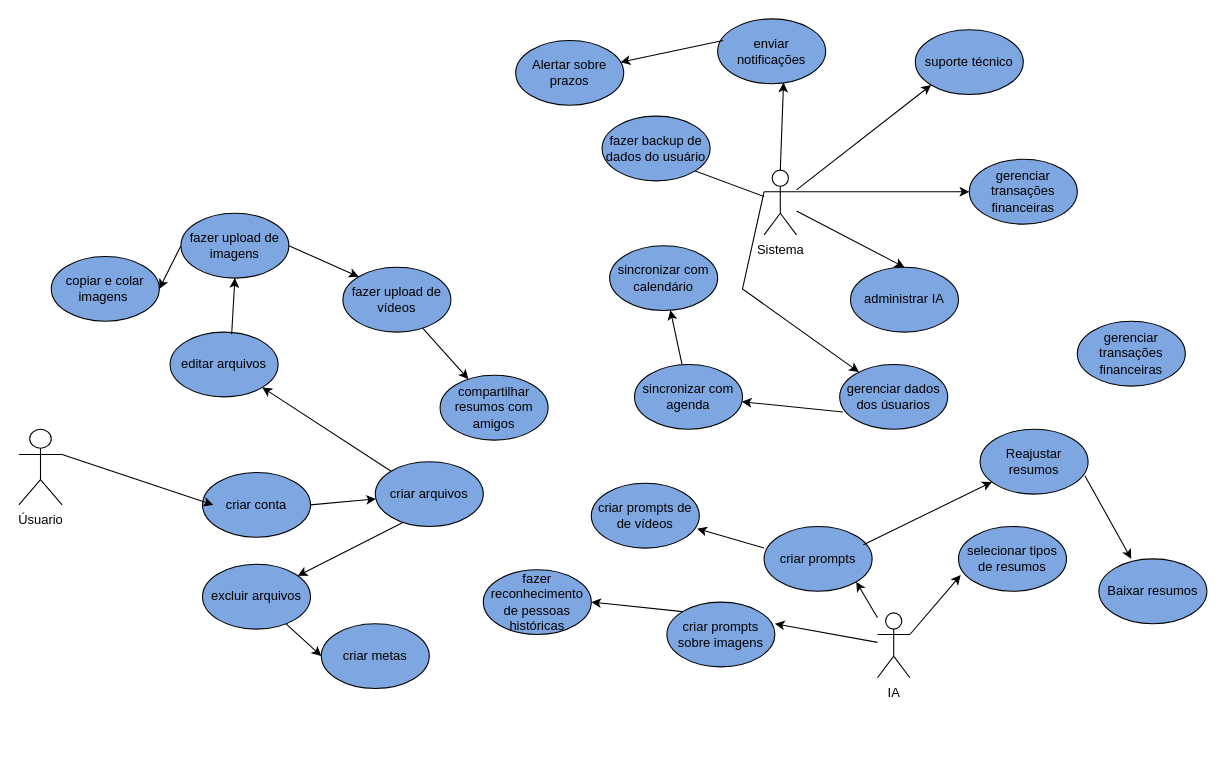
The draw.io diagram page "casos de uso" (1 of 4) of Diagrama sem nome.drawio in neymarboliviano/FCW-AI, before the edit. Source tidied: cells renumbered, new cells numbered last; positions are measured from the earlier drawing's top-left corner, leaving out a move shared by most shapes. Both pictures are drawn from the tidied source at 108%, with x=0, y=0 at pixel (18, 18).
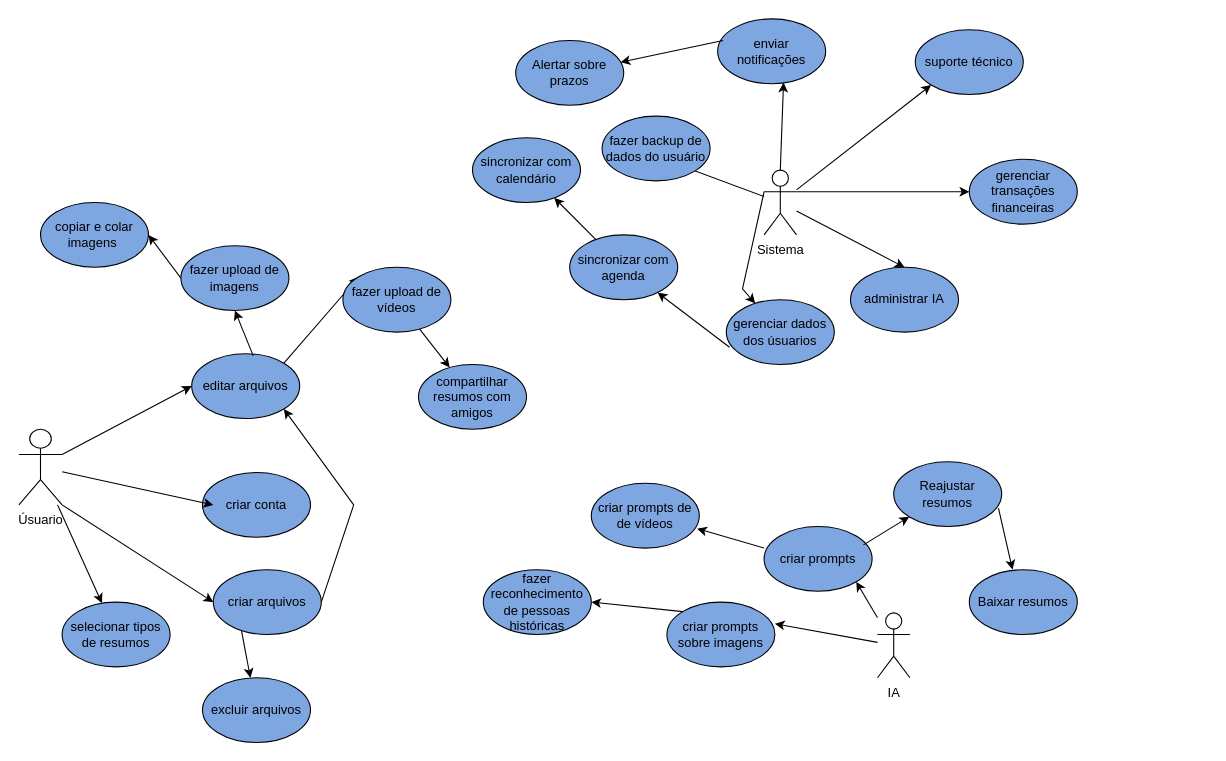
After the change.

The change refers to these unchanged cells:
```xml
<mxCell id="3" value="Úsuario" style="shape=umlActor;verticalLabelPosition=bottom;verticalAlign=top;html=1;outlineConnect=0;" parent="1" vertex="1">
  <mxGeometry y="380" width="40" height="70" as="geometry" />
</mxCell>
<mxCell id="6" value="criar conta" style="ellipse;whiteSpace=wrap;html=1;fillColor=light-dark(#7EA6E0,var(--ge-dark-color, #121212));" parent="1" vertex="1">
  <mxGeometry x="170" y="420" width="100" height="60" as="geometry" />
</mxCell>
<mxCell id="17" value="IA" style="shape=umlActor;verticalLabelPosition=bottom;verticalAlign=top;html=1;outlineConnect=0;" parent="1" vertex="1">
  <mxGeometry x="795" y="550" width="30" height="60" as="geometry" />
</mxCell>
<mxCell id="40" value="fazer upload de vídeos" style="ellipse;whiteSpace=wrap;html=1;fillColor=light-dark(#7EA6E0,var(--ge-dark-color, #121212));" parent="1" vertex="1">
  <mxGeometry x="300" y="230" width="100" height="60" as="geometry" />
</mxCell>
```

The edit, as a diff of the source:
```diff
@@
     <mxCell id="2" value="editar arquivos" style="ellipse;whiteSpace=wrap;html=1;fillColor=light-dark(#7EA6E0,var(--ge-dark-color, #121212));" parent="1" vertex="1">
-      <mxGeometry x="140" y="290" width="100" height="60" as="geometry" />
+      <mxGeometry x="160" y="310" width="100" height="60" as="geometry" />
     </mxCell>
@@
-    <mxCell id="4" style="endArrow=classic;html=1;rounded=0;entryX=1;entryY=1;entryDx=0;entryDy=0;exitX=0;exitY=0;exitDx=0;exitDy=0;" parent="1" edge="1" source="11" target="2">
-      <mxGeometry relative="1" as="geometry" />
+    <mxCell id="4" style="endArrow=classic;html=1;rounded=0;entryX=1;entryY=1;entryDx=0;entryDy=0;exitX=1;exitY=0.5;exitDx=0;exitDy=0;" parent="1" edge="1" source="11" target="2">
+      <mxGeometry relative="1" as="geometry">
+        <Array as="points">
+          <mxPoint x="310" y="450" />
+        </Array>
+      </mxGeometry>
     </mxCell>
@@
-    <mxCell id="7" value="criar metas" style="ellipse;whiteSpace=wrap;html=1;fillColor=light-dark(#7EA6E0,var(--ge-dark-color, #121212));" parent="1" vertex="1">
-      <mxGeometry x="280" y="560" width="100" height="60" as="geometry" />
-    </mxCell>
     <mxCell id="8" value="sincronizar com calendário" style="ellipse;whiteSpace=wrap;html=1;fillColor=light-dark(#7EA6E0,var(--ge-dark-color, #121212));" parent="1" vertex="1">
-      <mxGeometry x="547" y="210" width="100" height="60" as="geometry" />
+      <mxGeometry x="420" y="110" width="100" height="60" as="geometry" />
     </mxCell>
@@
     <mxCell id="10" value="gerenciar dados dos úsuarios" style="ellipse;whiteSpace=wrap;html=1;fillColor=light-dark(#7EA6E0,var(--ge-dark-color, #121212));" parent="1" vertex="1">
-      <mxGeometry x="760" y="320" width="100" height="60" as="geometry" />
+      <mxGeometry x="655" y="260" width="100" height="60" as="geometry" />
     </mxCell>
     <mxCell id="11" value="criar arquivos" style="ellipse;whiteSpace=wrap;html=1;fillColor=light-dark(#7EA6E0,var(--ge-dark-color, #121212));" parent="1" vertex="1">
-      <mxGeometry x="330" y="410" width="100" height="60" as="geometry" />
+      <mxGeometry x="180" y="510" width="100" height="60" as="geometry" />
     </mxCell>
     <mxCell id="12" value="excluir arquivos" style="ellipse;whiteSpace=wrap;html=1;fillColor=light-dark(#7EA6E0,var(--ge-dark-color, #121212));" parent="1" vertex="1">
-      <mxGeometry x="170" y="505" width="100" height="60" as="geometry" />
+      <mxGeometry x="170" y="610" width="100" height="60" as="geometry" />
     </mxCell>
@@
     <mxCell id="14" value="copiar e colar imagens&amp;nbsp;" style="ellipse;whiteSpace=wrap;html=1;fillColor=light-dark(#7EA6E0,var(--ge-dark-color, #121212));" parent="1" vertex="1">
-      <mxGeometry x="30" y="220" width="100" height="60" as="geometry" />
+      <mxGeometry x="20" y="170" width="100" height="60" as="geometry" />
     </mxCell>
-    <mxCell id="15" style="endArrow=classic;html=1;rounded=0;entryX=0;entryY=0.5;entryDx=0;entryDy=0;exitX=1;exitY=0.3333333333333333;exitDx=0;exitDy=0;exitPerimeter=0;" parent="1" edge="1" source="3">
+    <mxCell id="15" style="endArrow=classic;html=1;rounded=0;entryX=0;entryY=0.5;entryDx=0;entryDy=0;" parent="1" edge="1" source="3">
       <mxGeometry relative="1" as="geometry">
         <mxPoint x="180" y="450" as="targetPoint" />
       </mxGeometry>
     </mxCell>
@@
-    <mxCell id="19" style="endArrow=classic;html=1;rounded=0;exitX=1;exitY=0.5;exitDx=0;exitDy=0;" parent="1" edge="1" source="6" target="11">
-      <mxGeometry relative="1" as="geometry" />
-    </mxCell>
@@
     <mxCell id="24" value="sincronizar com agenda" style="ellipse;whiteSpace=wrap;html=1;fillColor=light-dark(#7EA6E0,var(--ge-dark-color, #121212));" parent="1" vertex="1">
-      <mxGeometry x="570" y="320" width="100" height="60" as="geometry" />
+      <mxGeometry x="510" y="200" width="100" height="60" as="geometry" />
     </mxCell>
@@
-    <mxCell id="28" style="endArrow=classic;html=1;rounded=0;entryX=0;entryY=0.5;entryDx=0;entryDy=0;" parent="1" edge="1" source="12" target="7">
-      <mxGeometry relative="1" as="geometry" />
-    </mxCell>
@@
-    <mxCell id="30" style="endArrow=classic;html=1;rounded=0;exitX=1;exitY=0.3333333333333333;exitDx=0;exitDy=0;exitPerimeter=0;entryX=0.02;entryY=0.75;entryDx=0;entryDy=0;entryPerimeter=0;" parent="1" edge="1" source="17" target="43">
-      <mxGeometry relative="1" as="geometry" />
-    </mxCell>
@@
-    <mxCell id="32" style="endArrow=classic;html=1;rounded=0;exitX=1;exitY=0.5;exitDx=0;exitDy=0;entryX=0;entryY=0;entryDx=0;entryDy=0;" parent="1" edge="1" source="36" target="40">
+    <mxCell id="32" style="endArrow=classic;html=1;rounded=0;exitX=1;exitY=0;exitDx=0;exitDy=0;entryX=0;entryY=0;entryDx=0;entryDy=0;" parent="1" edge="1" source="2" target="40">
       <mxGeometry relative="1" as="geometry" />
     </mxCell>
@@
     <mxCell id="36" value="fazer upload de imagens" style="ellipse;whiteSpace=wrap;html=1;fillColor=light-dark(#7EA6E0,var(--ge-dark-color, #121212));" parent="1" vertex="1">
-      <mxGeometry x="150" y="180" width="100" height="60" as="geometry" />
+      <mxGeometry x="150" y="210" width="100" height="60" as="geometry" />
     </mxCell>
@@
     <mxCell id="43" value="selecionar tipos de resumos" style="ellipse;whiteSpace=wrap;html=1;fillColor=light-dark(#7EA6E0,var(--ge-dark-color, #121212));" parent="1" vertex="1">
-      <mxGeometry x="870" y="470" width="100" height="60" as="geometry" />
+      <mxGeometry x="40" y="540" width="100" height="60" as="geometry" />
     </mxCell>
     <mxCell id="44" value="compartilhar resumos com amigos" style="ellipse;whiteSpace=wrap;html=1;fillColor=light-dark(#7EA6E0,var(--ge-dark-color, #121212));" parent="1" vertex="1">
-      <mxGeometry x="390" y="330" width="100" height="60" as="geometry" />
+      <mxGeometry x="370" y="320" width="100" height="60" as="geometry" />
     </mxCell>
@@
-    <mxCell id="50" style="endArrow=classic;html=1;rounded=0;exitX=0.97;exitY=0.717;exitDx=0;exitDy=0;exitPerimeter=0;" parent="1" edge="1" source="51">
-      <mxGeometry relative="1" as="geometry">
-        <mxPoint x="1030" y="500" as="targetPoint" />
-      </mxGeometry>
+    <mxCell id="50" style="endArrow=classic;html=1;rounded=0;exitX=0.97;exitY=0.717;exitDx=0;exitDy=0;exitPerimeter=0;entryX=0.4;entryY=0;entryDx=0;entryDy=0;entryPerimeter=0;" parent="1" edge="1" source="51" target="52">
+      <mxGeometry relative="1" as="geometry" />
     </mxCell>
     <mxCell id="51" value="Reajustar resumos" style="ellipse;whiteSpace=wrap;html=1;fillColor=light-dark(#7EA6E0,var(--ge-dark-color, #121212));" parent="1" vertex="1">
-      <mxGeometry x="890" y="380" width="100" height="60" as="geometry" />
+      <mxGeometry x="810" y="410" width="100" height="60" as="geometry" />
     </mxCell>
     <mxCell id="52" value="Baixar resumos" style="ellipse;whiteSpace=wrap;html=1;fillColor=light-dark(#7EA6E0,var(--ge-dark-color, #121212));" parent="1" vertex="1">
-      <mxGeometry x="1000" y="500" width="100" height="60" as="geometry" />
+      <mxGeometry x="880" y="510" width="100" height="60" as="geometry" />
     </mxCell>
-    <mxCell id="53" value="gerenciar transações financeiras" style="ellipse;whiteSpace=wrap;html=1;fillColor=light-dark(#7EA6E0,var(--ge-dark-color, #121212));" parent="1" vertex="1">
-      <mxGeometry x="980" y="280" width="100" height="60" as="geometry" />
-    </mxCell>
@@
+    <mxCell id="56" style="endArrow=classic;html=1;rounded=0;exitX=1;exitY=1;exitDx=0;exitDy=0;exitPerimeter=0;entryX=0;entryY=0.5;entryDx=0;entryDy=0;" parent="1" edge="1" source="3" target="11">
+      <mxGeometry relative="1" as="geometry" />
+    </mxCell>
+    <mxCell id="57" style="endArrow=classic;html=1;rounded=0;entryX=0;entryY=0.5;entryDx=0;entryDy=0;exitX=1;exitY=0.3333333333333333;exitDx=0;exitDy=0;exitPerimeter=0;" parent="1" edge="1" source="3" target="2">
+      <mxGeometry relative="1" as="geometry" />
+    </mxCell>
+    <mxCell id="58" style="endArrow=classic;html=1;rounded=0;" parent="1" edge="1" source="3" target="43">
+      <mxGeometry relative="1" as="geometry" />
+    </mxCell>
```
